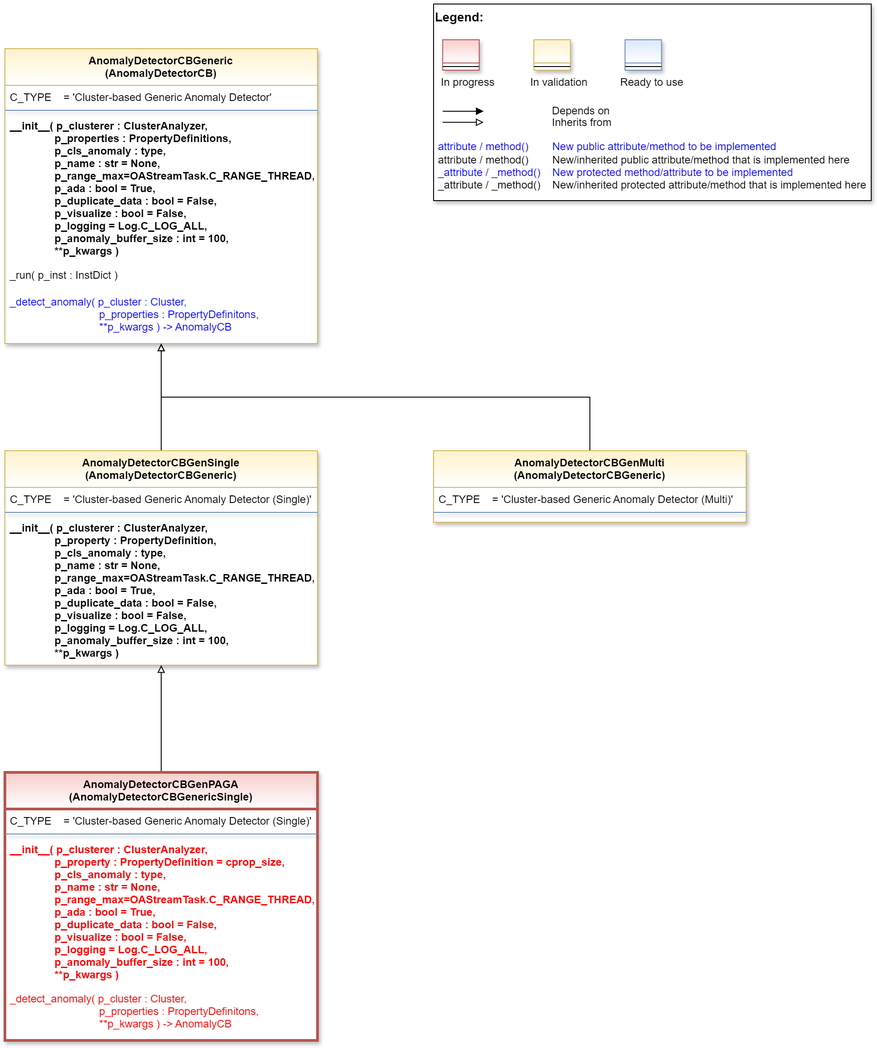
Earlier version of the draw.io export doc/rtd/content/99_appendices/appendix2/sub/mlpro_oa/streams/30_anomaly_detection/20_cluster_based/generic/images/MLPro-OA-CB-Gen-Anomaly-Detectors_class_diagram.drawio.png (fhswf/MLPro). Source tidied: cells renumbered, new cells last; positions are measured from the earlier drawing's top-left corner, leaving out a move shared by most shapes.
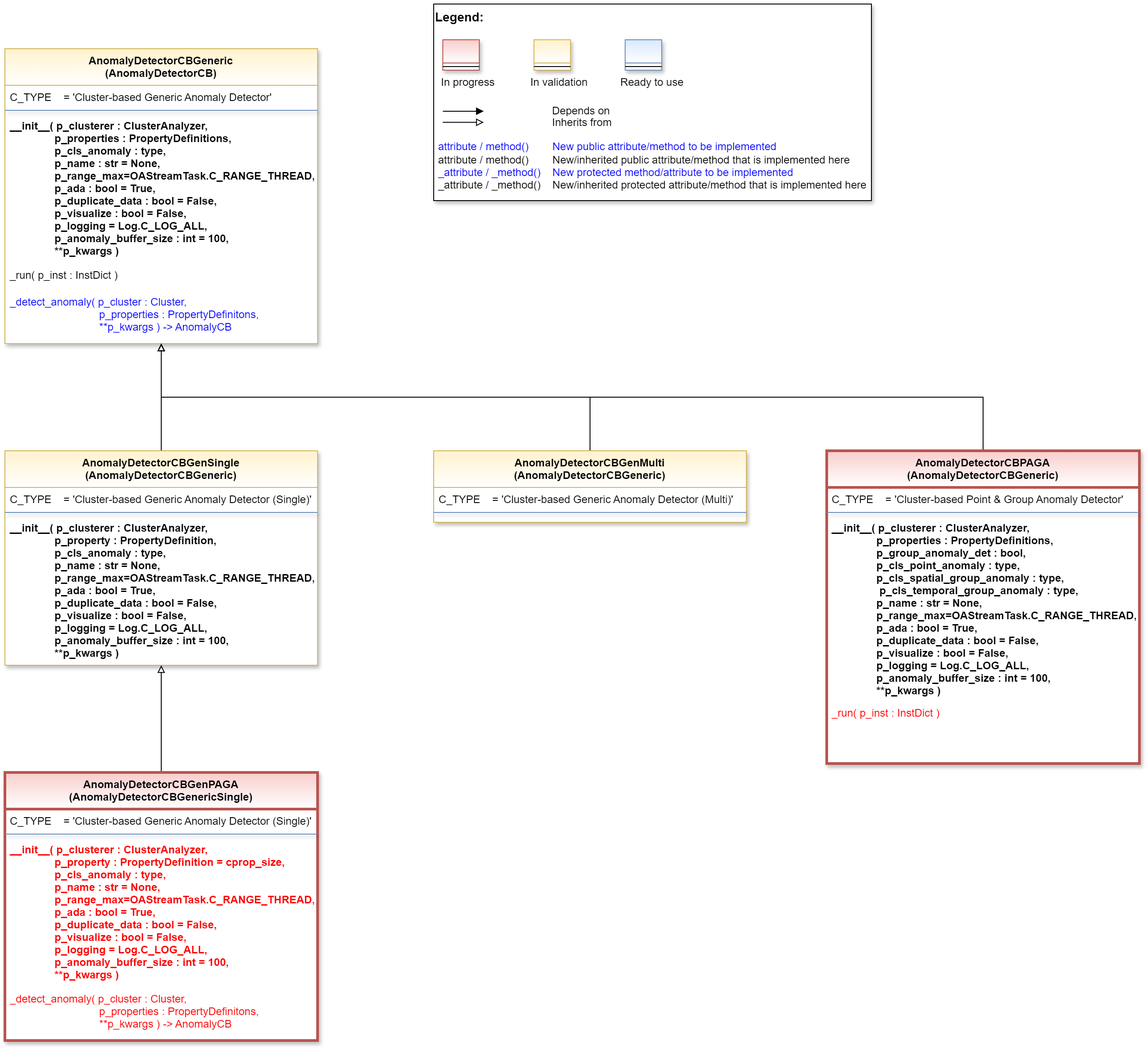
After the change.

Commit message:
OA: New cluster-based point and group anomaly detector #1160

Diff of the diagram source:
```diff
@@ -111,5 +111,28 @@
     <mxCell id="32" value="_detect_anomaly( p_cluster : Cluster,&#10;                              p_properties : PropertyDefinitons,&#10;                              **p_kwargs ) -&gt; AnomalyCB" style="text;align=left;verticalAlign=top;spacingLeft=4;spacingRight=4;overflow=hidden;shadow=1;fontColor=#FF0000;" parent="28" vertex="1">
       <mxGeometry y="240" width="350" height="56" as="geometry" />
     </mxCell>
+    <mxCell id="33" style="edgeStyle=orthogonalEdgeStyle;rounded=0;jettySize=auto;html=1;entryX=0.5;entryY=1;entryDx=0;entryDy=0;endArrow=block;endFill=0;" parent="1" edge="1" source="34" target="12">
+      <mxGeometry relative="1" as="geometry">
+        <Array as="points">
+          <mxPoint x="1095" y="440" />
+          <mxPoint x="175" y="440" />
+        </Array>
+      </mxGeometry>
+    </mxCell>
+    <mxCell id="34" value="AnomalyDetectorCBPAGA&#10;(AnomalyDetectorCBGeneric)" style="swimlane;align=center;verticalAlign=top;horizontal=1;startSize=41;rounded=0;shadow=1;strokeWidth=3;fillColor=#f8cecc;strokeColor=#b85450;swimlaneFillColor=#ffffff;gradientColor=#FFFFFF;" parent="1" vertex="1">
+      <mxGeometry x="920" y="500" width="350" height="350" as="geometry" />
+    </mxCell>
+    <mxCell id="35" value="C_TYPE    = 'Cluster-based Point &amp; Group Anomaly Detector'" style="text;align=left;verticalAlign=top;spacingLeft=4;spacingRight=4;overflow=hidden;" parent="34" vertex="1">
+      <mxGeometry y="41" width="350" height="24" as="geometry" />
+    </mxCell>
+    <mxCell id="36" style="line;html=1;strokeWidth=1;align=center;verticalAlign=top;spacingTop=-1;spacingLeft=3;spacingRight=3;labelPosition=right;rounded=0;shadow=1;strokeColor=#6c8ebf;swimlaneFillColor=#ffffff;fontFamily=Helvetica;fontSize=12;fontColor=default;fontStyle=3;fillColor=#dae8fc;gradientColor=#ffffff;" parent="34" vertex="1">
+      <mxGeometry y="65" width="350" height="8" as="geometry" />
+    </mxCell>
+    <mxCell id="37" value="__init__( p_clusterer : ClusterAnalyzer,&#10;               p_properties : PropertyDefinitions,&#10;               p_group_anomaly_det : bool,&#10;               p_cls_point_anomaly : type,&#10;               p_cls_spatial_group_anomaly : type,&#10;                p_cls_temporal_group_anomaly : type,&#10;               p_name : str = None,&#10;               p_range_max=OAStreamTask.C_RANGE_THREAD,&#10;               p_ada : bool = True,&#10;               p_duplicate_data : bool = False,&#10;               p_visualize : bool = False,&#10;               p_logging = Log.C_LOG_ALL,&#10;               p_anomaly_buffer_size : int = 100,&#10;               **p_kwargs )" style="text;align=left;verticalAlign=top;spacingLeft=4;spacingRight=4;overflow=hidden;fontStyle=1;" parent="34" vertex="1">
+      <mxGeometry y="73" width="350" height="207" as="geometry" />
+    </mxCell>
+    <mxCell id="38" value="_run( p_inst : InstDict )" style="text;align=left;verticalAlign=top;spacingLeft=4;spacingRight=4;overflow=hidden;shadow=1;fontColor=#ff0000;" parent="34" vertex="1">
+      <mxGeometry y="280" width="350" height="30" as="geometry" />
+    </mxCell>
   </root>
 </mxGraphModel>
```
